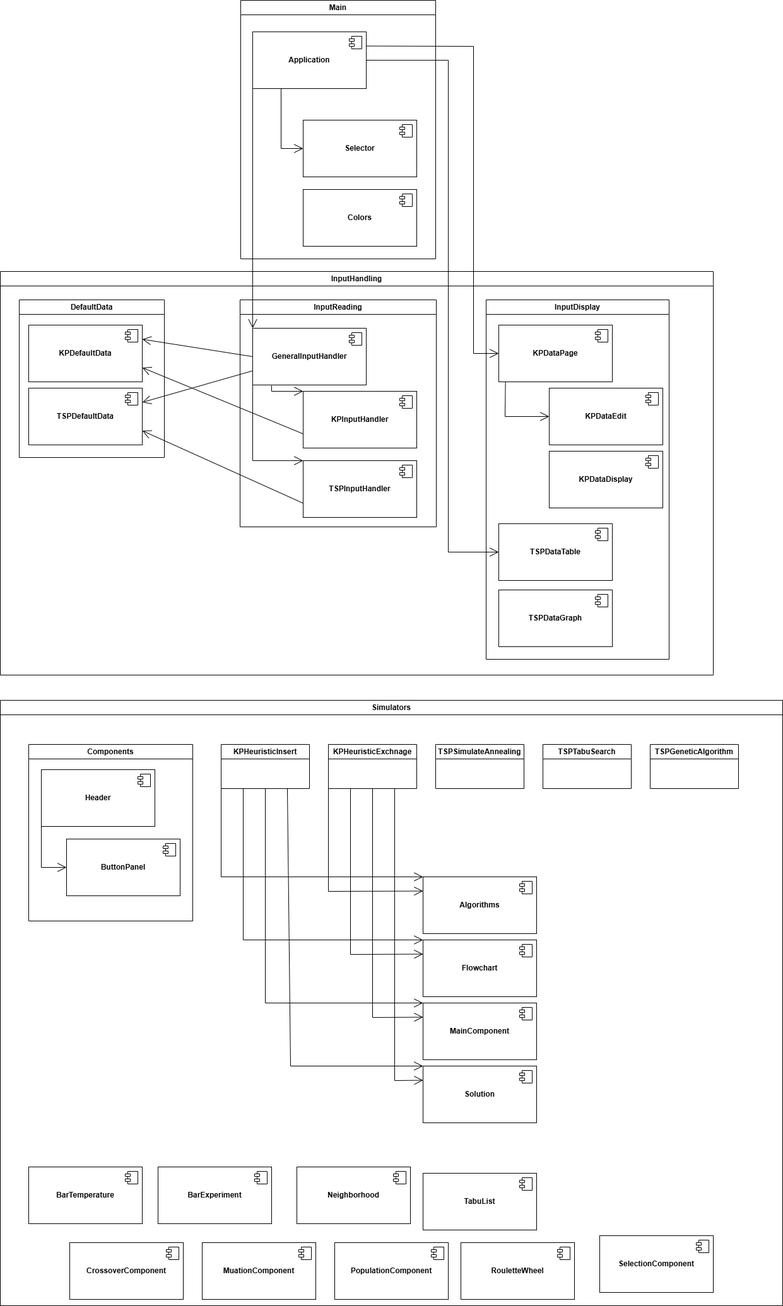
This is BP.png from marek311/heuristics, a draw.io export, as it was before one commit. Source tidied: cells renumbered, new cells last; positions are measured from the earlier drawing's top-left corner, leaving out a move shared by most shapes.
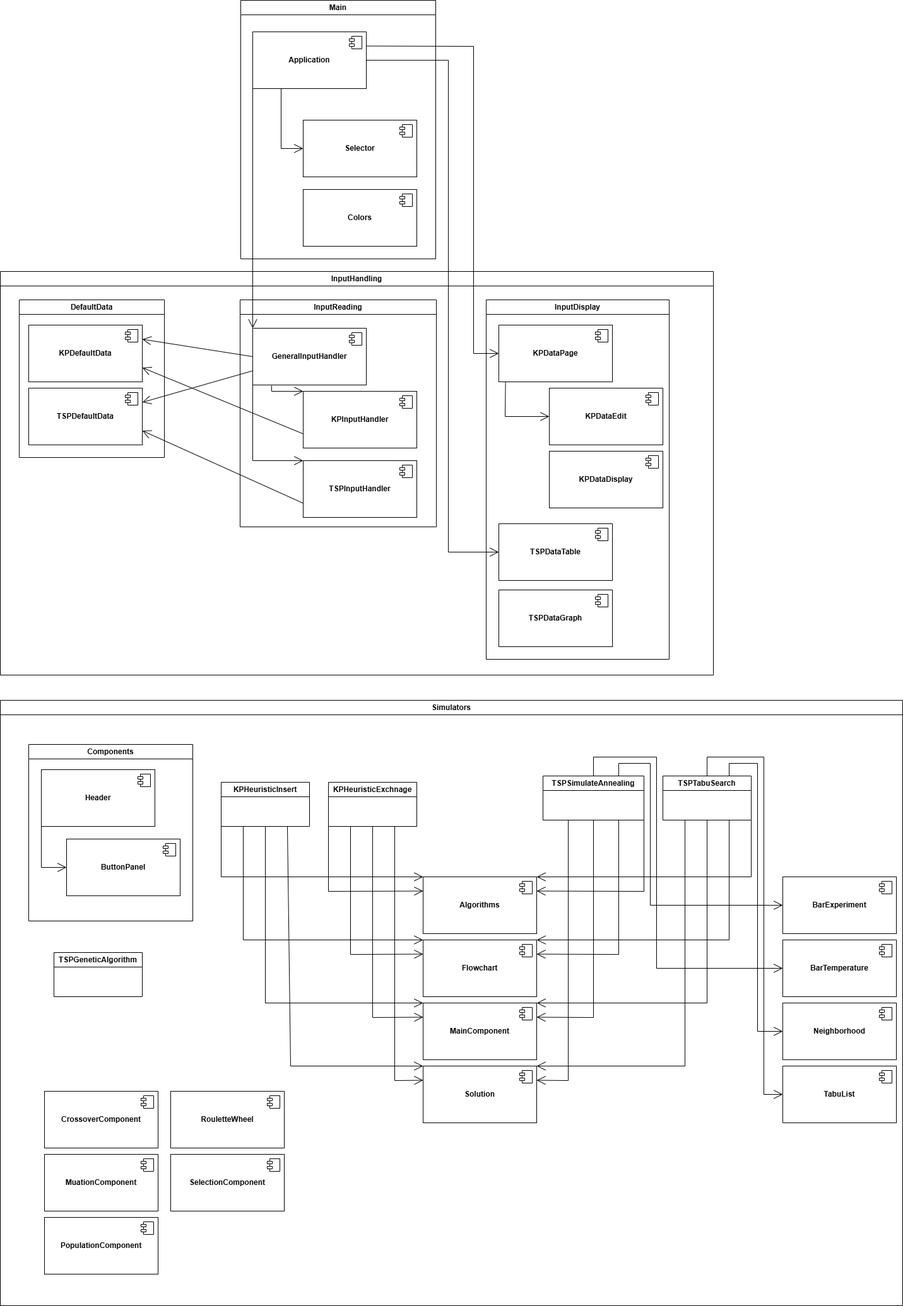
After the change.

The edit, as a diff of the source:
```diff
@@ -183,7 +183,7 @@
       </mxGeometry>
     </mxCell>
     <mxCell id="44" value="Simulators" style="swimlane;whiteSpace=wrap;html=1;" parent="1" vertex="1">
-      <mxGeometry y="1110" width="1240" height="960" as="geometry" />
+      <mxGeometry y="1110" width="1430" height="960" as="geometry" />
     </mxCell>
     <mxCell id="45" value="Components" style="swimlane;whiteSpace=wrap;html=1;" parent="44" vertex="1">
       <mxGeometry x="45" y="70" width="260" height="280" as="geometry" />
@@ -244,7 +244,7 @@
       </mxGeometry>
     </mxCell>
     <mxCell id="59" value="&lt;b&gt;BarExperiment&lt;/b&gt;" style="html=1;whiteSpace=wrap;" parent="44" vertex="1">
-      <mxGeometry x="250" y="740" width="180" height="90" as="geometry" />
+      <mxGeometry x="1240" y="280" width="180" height="90" as="geometry" />
     </mxCell>
     <mxCell id="60" style="shape=module;jettyWidth=8;jettyHeight=4;" parent="59" vertex="1">
       <mxGeometry x="1" width="20" height="20" relative="1" as="geometry">
@@ -252,7 +252,7 @@
       </mxGeometry>
     </mxCell>
     <mxCell id="61" value="&lt;b&gt;BarTemperature&lt;/b&gt;" style="html=1;whiteSpace=wrap;" parent="44" vertex="1">
-      <mxGeometry x="45" y="740" width="180" height="90" as="geometry" />
+      <mxGeometry x="1240" y="380" width="180" height="90" as="geometry" />
     </mxCell>
     <mxCell id="62" style="shape=module;jettyWidth=8;jettyHeight=4;" parent="61" vertex="1">
       <mxGeometry x="1" width="20" height="20" relative="1" as="geometry">
@@ -260,7 +260,7 @@
       </mxGeometry>
     </mxCell>
     <mxCell id="63" value="&lt;b&gt;Neighborhood&lt;/b&gt;" style="html=1;whiteSpace=wrap;" parent="44" vertex="1">
-      <mxGeometry x="470" y="740" width="180" height="90" as="geometry" />
+      <mxGeometry x="1240" y="480" width="180" height="90" as="geometry" />
     </mxCell>
     <mxCell id="64" style="shape=module;jettyWidth=8;jettyHeight=4;" parent="63" vertex="1">
       <mxGeometry x="1" width="20" height="20" relative="1" as="geometry">
@@ -268,7 +268,7 @@
       </mxGeometry>
     </mxCell>
     <mxCell id="65" value="&lt;b&gt;TabuList&lt;/b&gt;" style="html=1;whiteSpace=wrap;" parent="44" vertex="1">
-      <mxGeometry x="670" y="750" width="180" height="90" as="geometry" />
+      <mxGeometry x="1240" y="580" width="180" height="90" as="geometry" />
     </mxCell>
     <mxCell id="66" style="shape=module;jettyWidth=8;jettyHeight=4;" parent="65" vertex="1">
       <mxGeometry x="1" width="20" height="20" relative="1" as="geometry">
@@ -276,7 +276,7 @@
       </mxGeometry>
     </mxCell>
     <mxCell id="67" value="&lt;b&gt;CrossoverComponent&lt;/b&gt;" style="html=1;whiteSpace=wrap;" parent="44" vertex="1">
-      <mxGeometry x="110" y="860" width="180" height="90" as="geometry" />
+      <mxGeometry x="70" y="620" width="180" height="90" as="geometry" />
     </mxCell>
     <mxCell id="68" style="shape=module;jettyWidth=8;jettyHeight=4;" parent="67" vertex="1">
       <mxGeometry x="1" width="20" height="20" relative="1" as="geometry">
@@ -284,7 +284,7 @@
       </mxGeometry>
     </mxCell>
     <mxCell id="69" value="&lt;b&gt;MuationComponent&lt;/b&gt;" style="html=1;whiteSpace=wrap;" parent="44" vertex="1">
-      <mxGeometry x="320" y="860" width="180" height="90" as="geometry" />
+      <mxGeometry x="70" y="720" width="180" height="90" as="geometry" />
     </mxCell>
     <mxCell id="70" style="shape=module;jettyWidth=8;jettyHeight=4;" parent="69" vertex="1">
       <mxGeometry x="1" width="20" height="20" relative="1" as="geometry">
@@ -292,7 +292,7 @@
       </mxGeometry>
     </mxCell>
     <mxCell id="71" value="&lt;b&gt;PopulationComponent&lt;/b&gt;" style="html=1;whiteSpace=wrap;" parent="44" vertex="1">
-      <mxGeometry x="530" y="860" width="180" height="90" as="geometry" />
+      <mxGeometry x="70" y="820" width="180" height="90" as="geometry" />
     </mxCell>
     <mxCell id="72" style="shape=module;jettyWidth=8;jettyHeight=4;" parent="71" vertex="1">
       <mxGeometry x="1" width="20" height="20" relative="1" as="geometry">
@@ -300,7 +300,7 @@
       </mxGeometry>
     </mxCell>
     <mxCell id="73" value="&lt;b&gt;RouletteWheel&lt;/b&gt;" style="html=1;whiteSpace=wrap;" parent="44" vertex="1">
-      <mxGeometry x="730" y="860" width="180" height="90" as="geometry" />
+      <mxGeometry x="270" y="620" width="180" height="90" as="geometry" />
     </mxCell>
     <mxCell id="74" style="shape=module;jettyWidth=8;jettyHeight=4;" parent="73" vertex="1">
       <mxGeometry x="1" width="20" height="20" relative="1" as="geometry">
@@ -308,7 +308,7 @@
       </mxGeometry>
     </mxCell>
     <mxCell id="75" value="&lt;b&gt;SelectionComponent&lt;/b&gt;" style="html=1;whiteSpace=wrap;" parent="44" vertex="1">
-      <mxGeometry x="950" y="849" width="180" height="90" as="geometry" />
+      <mxGeometry x="270" y="720" width="180" height="90" as="geometry" />
     </mxCell>
     <mxCell id="76" style="shape=module;jettyWidth=8;jettyHeight=4;" parent="75" vertex="1">
       <mxGeometry x="1" width="20" height="20" relative="1" as="geometry">
@@ -316,19 +316,19 @@
       </mxGeometry>
     </mxCell>
     <mxCell id="77" value="KPHeuristicExchnage" style="swimlane;whiteSpace=wrap;html=1;" parent="44" vertex="1">
-      <mxGeometry x="520" y="70" width="140" height="70" as="geometry" />
+      <mxGeometry x="520" y="130" width="140" height="70" as="geometry" />
     </mxCell>
     <mxCell id="78" value="KPHeuristicInsert" style="swimlane;whiteSpace=wrap;html=1;" parent="44" vertex="1">
-      <mxGeometry x="350" y="70" width="140" height="70" as="geometry" />
+      <mxGeometry x="350" y="130" width="140" height="70" as="geometry" />
     </mxCell>
     <mxCell id="79" value="TSPGeneticAlgorithm" style="swimlane;whiteSpace=wrap;html=1;" parent="44" vertex="1">
-      <mxGeometry x="1030" y="70" width="140" height="70" as="geometry" />
+      <mxGeometry x="85" y="400" width="140" height="70" as="geometry" />
     </mxCell>
     <mxCell id="80" value="TSPTabuSearch" style="swimlane;whiteSpace=wrap;html=1;" parent="44" vertex="1">
-      <mxGeometry x="860" y="70" width="140" height="70" as="geometry" />
+      <mxGeometry x="1050" y="120" width="140" height="70" as="geometry" />
     </mxCell>
     <mxCell id="81" value="TSPSimulateAnnealing" style="swimlane;whiteSpace=wrap;html=1;startSize=23;" parent="44" vertex="1">
-      <mxGeometry x="690" y="70" width="140" height="70" as="geometry" />
+      <mxGeometry x="860" y="120" width="160" height="70" as="geometry" />
     </mxCell>
     <mxCell id="82" style="endArrow=open;endFill=1;endSize=12;html=1;rounded=0;exitX=0;exitY=1;exitDx=0;exitDy=0;entryX=0;entryY=0;entryDx=0;entryDy=0;" parent="44" edge="1" source="78" target="51">
       <mxGeometry relative="1" as="geometry">
@@ -386,5 +386,98 @@
         </Array>
       </mxGeometry>
     </mxCell>
+    <mxCell id="90" style="endArrow=open;endFill=1;endSize=12;html=1;rounded=0;exitX=0.25;exitY=1;exitDx=0;exitDy=0;entryX=1;entryY=0.25;entryDx=0;entryDy=0;" parent="44" edge="1" source="81" target="57">
+      <mxGeometry relative="1" as="geometry">
+        <Array as="points">
+          <mxPoint x="900" y="603" />
+        </Array>
+      </mxGeometry>
+    </mxCell>
+    <mxCell id="91" style="endArrow=open;endFill=1;endSize=12;html=1;rounded=0;exitX=0.5;exitY=1;exitDx=0;exitDy=0;entryX=1;entryY=0.25;entryDx=0;entryDy=0;" parent="44" edge="1" source="81" target="55">
+      <mxGeometry relative="1" as="geometry">
+        <Array as="points">
+          <mxPoint x="940" y="503" />
+        </Array>
+      </mxGeometry>
+    </mxCell>
+    <mxCell id="92" style="endArrow=open;endFill=1;endSize=12;html=1;rounded=0;exitX=0.75;exitY=1;exitDx=0;exitDy=0;entryX=1;entryY=0.25;entryDx=0;entryDy=0;" parent="44" edge="1" source="81" target="53">
+      <mxGeometry relative="1" as="geometry">
+        <Array as="points">
+          <mxPoint x="980" y="403" />
+        </Array>
+      </mxGeometry>
+    </mxCell>
+    <mxCell id="93" style="endArrow=open;endFill=1;endSize=12;html=1;rounded=0;exitX=1;exitY=1;exitDx=0;exitDy=0;entryX=1;entryY=0.25;entryDx=0;entryDy=0;" parent="44" edge="1" source="81" target="51">
+      <mxGeometry relative="1" as="geometry">
+        <Array as="points">
+          <mxPoint x="1020" y="303" />
+        </Array>
+      </mxGeometry>
+    </mxCell>
+    <mxCell id="94" style="endArrow=open;endFill=1;endSize=12;html=1;rounded=0;exitX=1;exitY=1;exitDx=0;exitDy=0;entryX=1;entryY=0;entryDx=0;entryDy=0;" parent="44" edge="1" source="80" target="51">
+      <mxGeometry relative="1" as="geometry">
+        <Array as="points">
+          <mxPoint x="1190" y="280" />
+        </Array>
+      </mxGeometry>
+    </mxCell>
+    <mxCell id="95" style="endArrow=open;endFill=1;endSize=12;html=1;rounded=0;exitX=0.75;exitY=1;exitDx=0;exitDy=0;entryX=1;entryY=0;entryDx=0;entryDy=0;" parent="44" edge="1" source="80" target="53">
+      <mxGeometry relative="1" as="geometry">
+        <Array as="points">
+          <mxPoint x="1155" y="380" />
+        </Array>
+      </mxGeometry>
+    </mxCell>
+    <mxCell id="96" style="endArrow=open;endFill=1;endSize=12;html=1;rounded=0;exitX=0.5;exitY=1;exitDx=0;exitDy=0;entryX=1;entryY=0;entryDx=0;entryDy=0;" parent="44" edge="1" source="80" target="55">
+      <mxGeometry relative="1" as="geometry">
+        <Array as="points">
+          <mxPoint x="1120" y="480" />
+        </Array>
+      </mxGeometry>
+    </mxCell>
+    <mxCell id="97" style="endArrow=open;endFill=1;endSize=12;html=1;rounded=0;exitX=0.25;exitY=1;exitDx=0;exitDy=0;entryX=1;entryY=0;entryDx=0;entryDy=0;" parent="44" edge="1" source="80" target="57">
+      <mxGeometry relative="1" as="geometry">
+        <Array as="points">
+          <mxPoint x="1085" y="580" />
+        </Array>
+      </mxGeometry>
+    </mxCell>
+    <mxCell id="98" style="endArrow=open;endFill=1;endSize=12;html=1;rounded=0;exitX=0.75;exitY=0;exitDx=0;exitDy=0;entryX=0;entryY=0.5;entryDx=0;entryDy=0;" parent="44" edge="1" source="81" target="59">
+      <mxGeometry relative="1" as="geometry">
+        <Array as="points">
+          <mxPoint x="980" y="100" />
+          <mxPoint x="1030" y="100" />
+          <mxPoint x="1030" y="325" />
+          <mxPoint x="1220" y="325" />
+        </Array>
+      </mxGeometry>
+    </mxCell>
+    <mxCell id="99" style="endArrow=open;endFill=1;endSize=12;html=1;rounded=0;exitX=0.5;exitY=0;exitDx=0;exitDy=0;entryX=0;entryY=0.5;entryDx=0;entryDy=0;" parent="44" edge="1" source="81" target="61">
+      <mxGeometry relative="1" as="geometry">
+        <Array as="points">
+          <mxPoint x="940" y="90" />
+          <mxPoint x="1040" y="90" />
+          <mxPoint x="1040" y="425" />
+        </Array>
+      </mxGeometry>
+    </mxCell>
+    <mxCell id="100" style="endArrow=open;endFill=1;endSize=12;html=1;rounded=0;exitX=0.75;exitY=0;exitDx=0;exitDy=0;entryX=0;entryY=0.5;entryDx=0;entryDy=0;" parent="44" edge="1" source="80" target="63">
+      <mxGeometry relative="1" as="geometry">
+        <Array as="points">
+          <mxPoint x="1155" y="100" />
+          <mxPoint x="1200" y="100" />
+          <mxPoint x="1200" y="525" />
+        </Array>
+      </mxGeometry>
+    </mxCell>
+    <mxCell id="101" style="endArrow=open;endFill=1;endSize=12;html=1;rounded=0;exitX=0.5;exitY=0;exitDx=0;exitDy=0;entryX=0;entryY=0.5;entryDx=0;entryDy=0;" parent="44" edge="1" source="80" target="65">
+      <mxGeometry relative="1" as="geometry">
+        <Array as="points">
+          <mxPoint x="1120" y="90" />
+          <mxPoint x="1210" y="90" />
+          <mxPoint x="1210" y="625" />
+        </Array>
+      </mxGeometry>
+    </mxCell>
   </root>
 </mxGraphModel>
```
